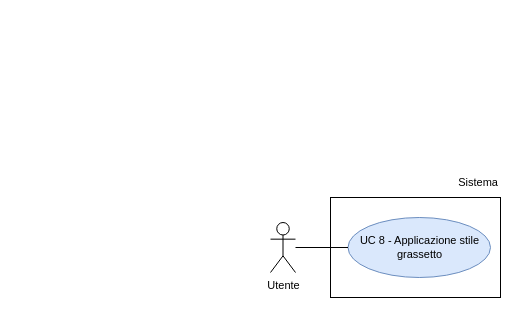
Earlier version of the draw.io diagram RTB/doc_esterna/analisi-dei-requisiti/assets/draw.io/UC8.drawio (thebitless-group-swe/thebitless.github.io). Source tidied: cells renumbered, new cells numbered last; positions are measured from the earlier drawing's top-left corner, leaving out a move shared by most shapes. Both pictures are drawn from the tidied source at 100%, with x=0, y=0 at pixel (270, 167).
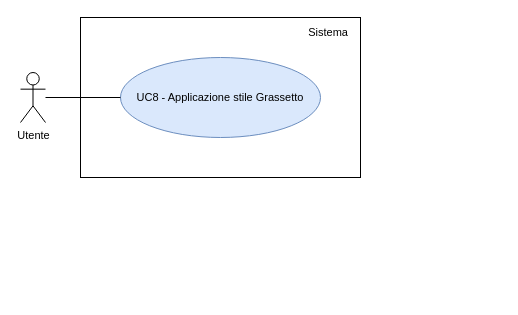
The same page after the edit.

Change to the diagram source:
```diff
@@
 <mxGraphModel>
   <root>
     <mxCell id="0" />
     <mxCell id="1" parent="0" />
     <mxCell id="2" value="Utente" style="shape=umlActor;verticalLabelPosition=bottom;verticalAlign=top;html=1;outlineConnect=0;fontSize=11;" parent="1" vertex="1">
-      <mxGeometry y="55" width="25" height="50" as="geometry" />
+      <mxGeometry x="-250" y="-95" width="25" height="50" as="geometry" />
     </mxCell>
-    <mxCell id="3" style="rounded=0;whiteSpace=wrap;html=1;strokeWidth=1;" parent="1" vertex="1">
-      <mxGeometry x="60" y="30" width="170" height="100" as="geometry" />
-    </mxCell>
+    <mxCell id="8" style="rounded=0;whiteSpace=wrap;html=1;strokeWidth=1;" parent="1" vertex="1">
+      <mxGeometry x="-190" y="-150" width="280" height="160" as="geometry" />
+    </mxCell>
     <mxCell id="4" value="Sistema" style="text;html=1;whiteSpace=wrap;strokeColor=none;fillColor=none;align=right;verticalAlign=middle;fontSize=11;" parent="1" vertex="1">
-      <mxGeometry x="170" width="60" height="30" as="geometry" />
+      <mxGeometry x="10" y="-145" width="70" height="20" as="geometry" />
     </mxCell>
-    <mxCell id="5" value="UC 8 - Applicazione stile grassetto" style="ellipse;whiteSpace=wrap;html=1;fillColor=#dae8fc;strokeColor=#6c8ebf;fontSize=11;" parent="1" vertex="1">
-      <mxGeometry x="77.5" y="50" width="142.5" height="60" as="geometry" />
-    </mxCell>
-    <mxCell id="6" style="edgeStyle=none;rounded=0;jettySize=auto;html=1;endArrow=none;endFill=0;" parent="1" edge="1" source="2" target="5">
-      <mxGeometry relative="1" as="geometry" />
-    </mxCell>
-    <mxCell id="7" style="edgeStyle=orthogonalEdgeStyle;rounded=0;orthogonalLoop=1;jettySize=auto;html=1;exitX=0.5;exitY=1;exitDx=0;exitDy=0;" parent="1" edge="1" source="4" target="4">
-      <mxGeometry relative="1" as="geometry" />
-    </mxCell>
+    <mxCell id="9" value="UC8 - Applicazione stile Grassetto" style="ellipse;whiteSpace=wrap;html=1;fillColor=#dae8fc;strokeColor=#6c8ebf;fontSize=11;" parent="1" vertex="1">
+      <mxGeometry x="-150" y="-110" width="200" height="80" as="geometry" />
+    </mxCell>
+    <mxCell id="10" style="edgeStyle=none;rounded=0;jettySize=auto;html=1;endArrow=none;endFill=0;" parent="1" edge="1" source="2" target="9">
+      <mxGeometry relative="1" as="geometry" />
+    </mxCell>
   </root>
 </mxGraphModel>
```
